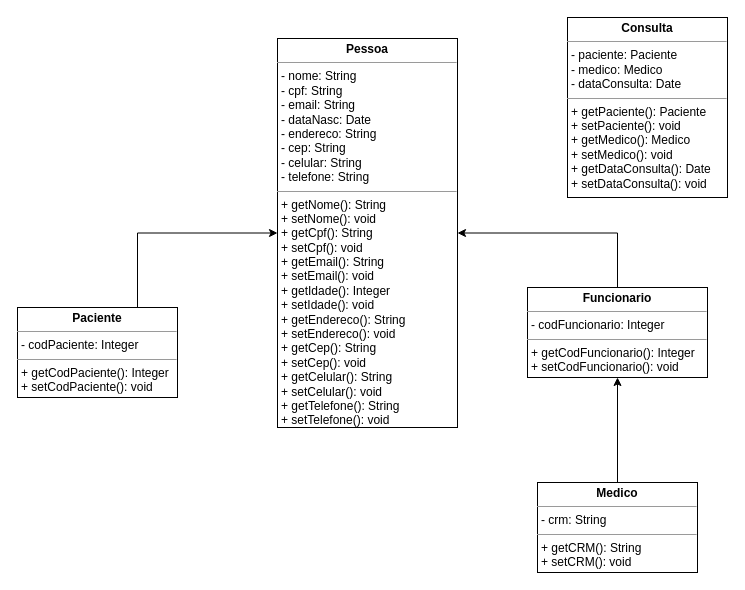
This is Digrama_classes.drawio from psdsantos/Saudepp, a draw.io file, before an edit. Source tidied: cells renumbered, new cells numbered last; positions are measured from the earlier drawing's top-left corner, leaving out a move shared by most shapes. Both pictures are drawn from the tidied source at 100%, with x=0, y=0 at pixel (17, 17).
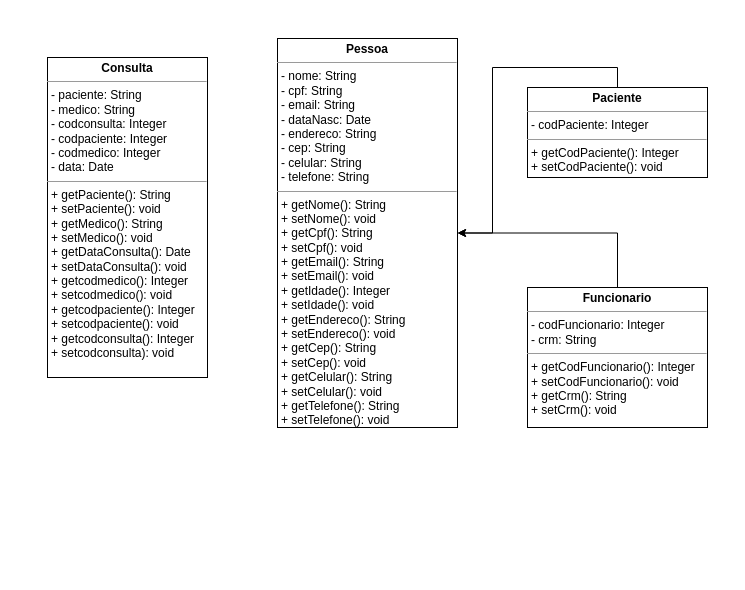
Above is the later version.

Change to the diagram source:
```diff
@@
 <mxGraphModel>
   <root>
     <mxCell id="0" />
     <mxCell id="1" parent="0" />
     <mxCell id="2" style="edgeStyle=orthogonalEdgeStyle;rounded=0;orthogonalLoop=1;jettySize=auto;html=1;entryX=0.481;entryY=1.038;entryDx=0;entryDy=0;entryPerimeter=0;" parent="1" edge="1">
       <mxGeometry relative="1" as="geometry">
         <mxPoint x="220" y="140" as="sourcePoint" />
       </mxGeometry>
     </mxCell>
     <mxCell id="3" style="edgeStyle=orthogonalEdgeStyle;rounded=0;orthogonalLoop=1;jettySize=auto;html=1;entryX=0.481;entryY=1.038;entryDx=0;entryDy=0;entryPerimeter=0;" parent="1" edge="1">
       <mxGeometry relative="1" as="geometry">
         <mxPoint x="220" y="140" as="sourcePoint" />
       </mxGeometry>
     </mxCell>
     <mxCell id="4" style="edgeStyle=orthogonalEdgeStyle;rounded=0;orthogonalLoop=1;jettySize=auto;html=1;entryX=0.481;entryY=1.038;entryDx=0;entryDy=0;entryPerimeter=0;" parent="1" edge="1">
       <mxGeometry relative="1" as="geometry">
         <mxPoint x="230" y="150" as="sourcePoint" />
       </mxGeometry>
     </mxCell>
     <mxCell id="5" value="&lt;p style=&quot;margin: 0px ; margin-top: 4px ; text-align: center&quot;&gt;&lt;b&gt;Pessoa&lt;/b&gt;&lt;/p&gt;&lt;hr size=&quot;1&quot;&gt;&lt;p style=&quot;margin: 0px ; margin-left: 4px&quot;&gt;- nome: String&lt;/p&gt;&lt;p style=&quot;margin: 0px ; margin-left: 4px&quot;&gt;- cpf: String&lt;/p&gt;&lt;p style=&quot;margin: 0px ; margin-left: 4px&quot;&gt;- email: String&lt;/p&gt;&lt;p style=&quot;margin: 0px ; margin-left: 4px&quot;&gt;- dataNasc: Date&lt;/p&gt;&lt;p style=&quot;margin: 0px ; margin-left: 4px&quot;&gt;- endereco: String&lt;/p&gt;&lt;p style=&quot;margin: 0px ; margin-left: 4px&quot;&gt;- cep: String&lt;/p&gt;&lt;p style=&quot;margin: 0px ; margin-left: 4px&quot;&gt;- celular: String&lt;/p&gt;&lt;p style=&quot;margin: 0px ; margin-left: 4px&quot;&gt;- telefone: String&lt;/p&gt;&lt;hr size=&quot;1&quot;&gt;&lt;p style=&quot;margin: 0px 0px 0px 4px&quot;&gt;+ getNome(): String&lt;/p&gt;&lt;p style=&quot;margin: 0px 0px 0px 4px&quot;&gt;+ setNome(): void&lt;/p&gt;&lt;p style=&quot;margin: 0px 0px 0px 4px&quot;&gt;+ getCpf(): String&lt;/p&gt;&lt;p style=&quot;margin: 0px 0px 0px 4px&quot;&gt;+ setCpf(): void&lt;/p&gt;&lt;p style=&quot;margin: 0px 0px 0px 4px&quot;&gt;+ getEmail(): String&lt;/p&gt;&lt;p style=&quot;margin: 0px 0px 0px 4px&quot;&gt;+ setEmail(): void&lt;/p&gt;&lt;p style=&quot;margin: 0px 0px 0px 4px&quot;&gt;+ getIdade(): Integer&lt;/p&gt;&lt;p style=&quot;margin: 0px 0px 0px 4px&quot;&gt;+ setIdade(): void&lt;/p&gt;&lt;p style=&quot;margin: 0px 0px 0px 4px&quot;&gt;+ getEndereco(): String&lt;/p&gt;&lt;p style=&quot;margin: 0px 0px 0px 4px&quot;&gt;+ setEndereco(): void&lt;/p&gt;&lt;p style=&quot;margin: 0px 0px 0px 4px&quot;&gt;+ getCep&lt;span&gt;(): String&lt;/span&gt;&lt;/p&gt;&lt;p style=&quot;margin: 0px 0px 0px 4px&quot;&gt;+ setCep(): void&lt;/p&gt;&lt;p style=&quot;margin: 0px 0px 0px 4px&quot;&gt;+ getCelular&lt;span&gt;(): String&lt;/span&gt;&lt;/p&gt;&lt;p style=&quot;margin: 0px 0px 0px 4px&quot;&gt;+ setCelular(): void&lt;/p&gt;&lt;p style=&quot;margin: 0px 0px 0px 4px&quot;&gt;+ getTelefone&lt;span&gt;(): String&lt;/span&gt;&lt;/p&gt;&lt;p style=&quot;margin: 0px 0px 0px 4px&quot;&gt;+ setTelefone(): void&lt;/p&gt;&lt;p style=&quot;margin: 0px 0px 0px 4px&quot;&gt;&lt;br&gt;&lt;/p&gt;&lt;p style=&quot;margin: 0px 0px 0px 4px&quot;&gt;&lt;br&gt;&lt;/p&gt;" style="verticalAlign=top;align=left;overflow=fill;fontSize=12;fontFamily=Helvetica;html=1;" parent="1" vertex="1">
       <mxGeometry x="260" y="21" width="180" height="389" as="geometry" />
     </mxCell>
-    <mxCell id="6" style="edgeStyle=orthogonalEdgeStyle;rounded=0;jettySize=auto;html=1;entryX=0;entryY=0.5;entryDx=0;entryDy=0;exitX=0.75;exitY=0;exitDx=0;exitDy=0;" parent="1" edge="1" source="7" target="5">
+    <mxCell id="6" style="edgeStyle=orthogonalEdgeStyle;rounded=0;jettySize=auto;html=1;exitX=0.5;exitY=0;exitDx=0;exitDy=0;" parent="1" edge="1" source="7" target="5">
       <mxGeometry relative="1" as="geometry" />
     </mxCell>
     <mxCell id="7" value="&lt;p style=&quot;margin: 0px ; margin-top: 4px ; text-align: center&quot;&gt;&lt;b&gt;Paciente&lt;/b&gt;&lt;/p&gt;&lt;hr size=&quot;1&quot;&gt;&lt;p style=&quot;margin: 0px ; margin-left: 4px&quot;&gt;- codPaciente: Integer&lt;/p&gt;&lt;hr size=&quot;1&quot;&gt;&lt;p style=&quot;margin: 0px ; margin-left: 4px&quot;&gt;+ getCodPaciente(): Integer&lt;/p&gt;&lt;p style=&quot;margin: 0px ; margin-left: 4px&quot;&gt;+ setCodPaciente(): void&lt;/p&gt;" style="verticalAlign=top;align=left;overflow=fill;fontSize=12;fontFamily=Helvetica;html=1;" parent="1" vertex="1">
-      <mxGeometry y="290" width="160" height="90" as="geometry" />
+      <mxGeometry x="510" y="70" width="180" height="90" as="geometry" />
     </mxCell>
     <mxCell id="8" style="edgeStyle=orthogonalEdgeStyle;rounded=0;jettySize=auto;html=1;entryX=1;entryY=0.5;entryDx=0;entryDy=0;exitX=0.5;exitY=0;exitDx=0;exitDy=0;" parent="1" edge="1" source="9" target="5">
       <mxGeometry relative="1" as="geometry" />
     </mxCell>
-    <mxCell id="9" value="&lt;p style=&quot;margin: 0px ; margin-top: 4px ; text-align: center&quot;&gt;&lt;b&gt;Funcionario&lt;/b&gt;&lt;/p&gt;&lt;hr size=&quot;1&quot;&gt;&lt;p style=&quot;margin: 0px ; margin-left: 4px&quot;&gt;- codFuncionario: Integer&lt;/p&gt;&lt;hr size=&quot;1&quot;&gt;&lt;p style=&quot;margin: 0px ; margin-left: 4px&quot;&gt;+ getCodFuncionario(): Integer&lt;/p&gt;&lt;p style=&quot;margin: 0px ; margin-left: 4px&quot;&gt;+ setCodFuncionario(): void&lt;/p&gt;" style="verticalAlign=top;align=left;overflow=fill;fontSize=12;fontFamily=Helvetica;html=1;" parent="1" vertex="1">
-      <mxGeometry x="510" y="270" width="180" height="90" as="geometry" />
+    <mxCell id="9" value="&lt;p style=&quot;margin: 0px ; margin-top: 4px ; text-align: center&quot;&gt;&lt;b&gt;Funcionario&lt;/b&gt;&lt;/p&gt;&lt;hr size=&quot;1&quot;&gt;&lt;p style=&quot;margin: 0px ; margin-left: 4px&quot;&gt;- codFuncionario: Integer&lt;/p&gt;&lt;p style=&quot;margin: 0px ; margin-left: 4px&quot;&gt;- crm: String&lt;br&gt;&lt;/p&gt;&lt;hr size=&quot;1&quot;&gt;&lt;p style=&quot;margin: 0px ; margin-left: 4px&quot;&gt;+ getCodFuncionario(): Integer&lt;/p&gt;&lt;p style=&quot;margin: 0px ; margin-left: 4px&quot;&gt;+ setCodFuncionario(): void&lt;/p&gt;&lt;p style=&quot;margin: 0px 0px 0px 4px&quot;&gt;+ getCrm(): String&lt;/p&gt;&lt;p style=&quot;margin: 0px 0px 0px 4px&quot;&gt;+ setCrm(): void&lt;/p&gt;" style="verticalAlign=top;align=left;overflow=fill;fontSize=12;fontFamily=Helvetica;html=1;" parent="1" vertex="1">
+      <mxGeometry x="510" y="270" width="180" height="140" as="geometry" />
     </mxCell>
-    <mxCell id="10" style="edgeStyle=orthogonalEdgeStyle;rounded=0;jettySize=auto;html=1;entryX=0.5;entryY=1;entryDx=0;entryDy=0;" parent="1" edge="1" source="11" target="9">
-      <mxGeometry relative="1" as="geometry" />
-    </mxCell>
-    <mxCell id="11" value="&lt;p style=&quot;margin: 0px ; margin-top: 4px ; text-align: center&quot;&gt;&lt;b&gt;Medico&lt;/b&gt;&lt;/p&gt;&lt;hr size=&quot;1&quot;&gt;&lt;p style=&quot;margin: 0px ; margin-left: 4px&quot;&gt;- crm: String&lt;/p&gt;&lt;hr size=&quot;1&quot;&gt;&lt;p style=&quot;margin: 0px ; margin-left: 4px&quot;&gt;+ getCRM(): String&lt;/p&gt;&lt;p style=&quot;margin: 0px ; margin-left: 4px&quot;&gt;+ setCRM(): void&lt;/p&gt;" style="verticalAlign=top;align=left;overflow=fill;fontSize=12;fontFamily=Helvetica;html=1;" parent="1" vertex="1">
-      <mxGeometry x="520" y="465" width="160" height="90" as="geometry" />
-    </mxCell>
-    <mxCell id="12" value="&lt;p style=&quot;margin: 0px ; margin-top: 4px ; text-align: center&quot;&gt;&lt;b&gt;Consulta&lt;/b&gt;&lt;/p&gt;&lt;hr size=&quot;1&quot;&gt;&lt;p style=&quot;margin: 0px ; margin-left: 4px&quot;&gt;- paciente: Paciente&lt;/p&gt;&lt;p style=&quot;margin: 0px ; margin-left: 4px&quot;&gt;- medico: Medico&lt;/p&gt;&lt;p style=&quot;margin: 0px ; margin-left: 4px&quot;&gt;- dataConsulta: Date&lt;/p&gt;&lt;hr size=&quot;1&quot;&gt;&lt;p style=&quot;margin: 0px ; margin-left: 4px&quot;&gt;+ getPaciente(): Paciente&lt;/p&gt;&lt;p style=&quot;margin: 0px ; margin-left: 4px&quot;&gt;+ setPaciente(): void&lt;/p&gt;&lt;p style=&quot;margin: 0px ; margin-left: 4px&quot;&gt;+ getMedico(): Medico&lt;/p&gt;&lt;p style=&quot;margin: 0px ; margin-left: 4px&quot;&gt;+ setMedico(): void&lt;/p&gt;&lt;p style=&quot;margin: 0px ; margin-left: 4px&quot;&gt;+ getDataConsulta(): Date&lt;/p&gt;&lt;p style=&quot;margin: 0px ; margin-left: 4px&quot;&gt;+ setDataConsulta(): void&lt;/p&gt;" style="verticalAlign=top;align=left;overflow=fill;fontSize=12;fontFamily=Helvetica;html=1;" parent="1" vertex="1">
-      <mxGeometry x="550" width="160" height="180" as="geometry" />
+    <mxCell id="12" value="&lt;p style=&quot;margin: 0px ; margin-top: 4px ; text-align: center&quot;&gt;&lt;b&gt;Consulta&lt;/b&gt;&lt;/p&gt;&lt;hr size=&quot;1&quot;&gt;&lt;p style=&quot;margin: 0px ; margin-left: 4px&quot;&gt;- paciente: String&lt;/p&gt;&lt;p style=&quot;margin: 0px ; margin-left: 4px&quot;&gt;- medico: String&lt;/p&gt;&lt;p style=&quot;margin: 0px ; margin-left: 4px&quot;&gt;- codconsulta: Integer&lt;/p&gt;&lt;p style=&quot;margin: 0px ; margin-left: 4px&quot;&gt;- codpaciente: Integer&lt;/p&gt;&lt;p style=&quot;margin: 0px ; margin-left: 4px&quot;&gt;- codmedico: Integer&lt;/p&gt;&lt;p style=&quot;margin: 0px ; margin-left: 4px&quot;&gt;- data: Date&lt;/p&gt;&lt;hr size=&quot;1&quot;&gt;&lt;p style=&quot;margin: 0px ; margin-left: 4px&quot;&gt;+ getPaciente(): String&lt;/p&gt;&lt;p style=&quot;margin: 0px ; margin-left: 4px&quot;&gt;+ setPaciente(): void&lt;/p&gt;&lt;p style=&quot;margin: 0px ; margin-left: 4px&quot;&gt;+ getMedico(): String&lt;/p&gt;&lt;p style=&quot;margin: 0px ; margin-left: 4px&quot;&gt;+ setMedico(): void&lt;/p&gt;&lt;p style=&quot;margin: 0px ; margin-left: 4px&quot;&gt;+ getDataConsulta(): Date&lt;/p&gt;&lt;p style=&quot;margin: 0px ; margin-left: 4px&quot;&gt;+ setDataConsulta(): void&lt;/p&gt;&lt;p style=&quot;margin: 0px ; margin-left: 4px&quot;&gt;+ getcodmedico(): Integer&lt;/p&gt;&lt;p style=&quot;margin: 0px ; margin-left: 4px&quot;&gt;+ setcodmedico(): void&lt;/p&gt;&lt;p style=&quot;margin: 0px 0px 0px 4px&quot;&gt;+ getcodpaciente(): Integer&lt;/p&gt;&lt;p style=&quot;margin: 0px 0px 0px 4px&quot;&gt;+ setcodpaciente(): void&lt;/p&gt;&lt;p style=&quot;margin: 0px 0px 0px 4px&quot;&gt;+ getcodconsulta(): Integer&lt;/p&gt;&lt;p style=&quot;margin: 0px 0px 0px 4px&quot;&gt;+ setcodconsulta): void&lt;/p&gt;" style="verticalAlign=top;align=left;overflow=fill;fontSize=12;fontFamily=Helvetica;html=1;" parent="1" vertex="1">
+      <mxGeometry x="30" y="40" width="160" height="320" as="geometry" />
     </mxCell>
   </root>
 </mxGraphModel>
```
